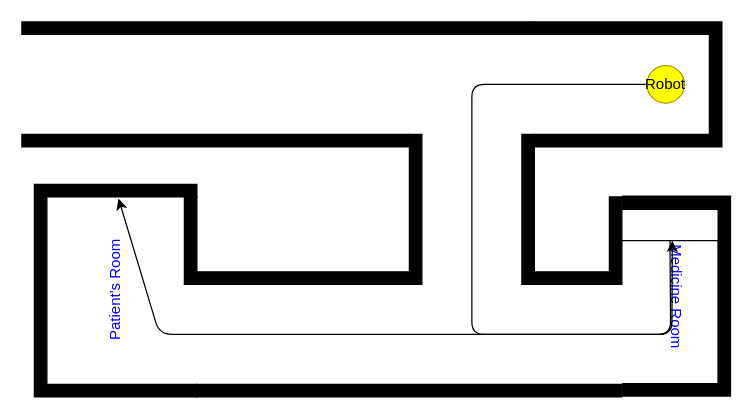
The draw.io diagram simulator/resources/map/hospital_scenario.drawio in lesunb/HMRSsim, before the edit. Source tidied: cells renumbered, new cells numbered last; positions are measured from the earlier drawing's top-left corner, leaving out a move shared by most shapes. Both pictures are drawn from the tidied source at 125%, with x=0, y=0 at pixel (9, -10).
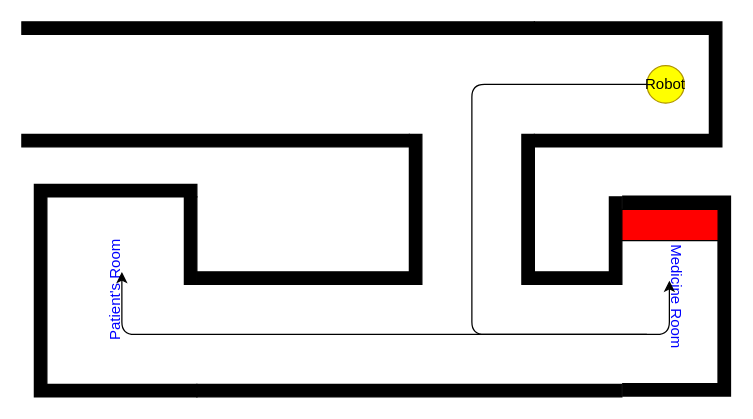
The same page after the edit.

The change refers to these unchanged cells:
```xml
<mxCell id="4" value="&lt;font color=&quot;#0000ff&quot;&gt;Patient's Room&lt;/font&gt;" style="verticalLabelPosition=middle;html=1;verticalAlign=middle;align=center;shape=mxgraph.floorplan.wallU;fillColor=#000000;rotation=-90;labelPosition=center;horizontal=1;textDirection=rtl;" parent="1" vertex="1">
  <mxGeometry y="175" width="170" height="130" as="geometry" />
</mxCell>
<mxCell id="5" value="&lt;font color=&quot;#000000&quot;&gt;Robot&lt;/font&gt;" style="ellipse;whiteSpace=wrap;html=1;strokeColor=#B09500;fontColor=#ffffff;fillColor=#FFFF00;" parent="1" vertex="1">
  <mxGeometry x="510" y="60" width="30" height="30" as="geometry" />
</mxCell>
```

Change to the diagram source:
```diff
@@
-    <mxCell id="15" style="endArrow=classic;html=1;exitX=0;exitY=0.5;exitDx=0;exitDy=0;entryX=0.524;entryY=1.005;entryDx=0;entryDy=0;entryPerimeter=0;" parent="1" edge="1" source="5" target="16">
+    <mxCell id="15" style="endArrow=classic;html=1;exitX=0;exitY=0.5;exitDx=0;exitDy=0;" parent="1" edge="1" source="5">
       <mxGeometry relative="1" as="geometry">
+        <mxPoint x="528" y="232" as="targetPoint" />
         <Array as="points">
           <mxPoint x="370" y="75" />
           <mxPoint x="370" y="275" />
-          <mxPoint x="530" y="275" />
+          <mxPoint x="528" y="275" />
         </Array>
       </mxGeometry>
     </mxCell>
-    <mxCell id="16" style="rounded=0;whiteSpace=wrap;html=1;" parent="1" vertex="1">
+    <mxCell id="16" style="rounded=0;whiteSpace=wrap;html=1;fillColor=#FF0000;" parent="1" vertex="1">
       <mxGeometry x="490" y="175" width="77" height="25" as="geometry" />
     </mxCell>
-    <mxCell id="17" style="endArrow=classic;html=1;exitX=0.5;exitY=1;exitDx=0;exitDy=0;entryX=0.933;entryY=0.518;entryDx=0;entryDy=0;entryPerimeter=0;" parent="1" edge="1" source="16" target="4">
-      <mxGeometry relative="1" as="geometry">
-        <Array as="points">
-          <mxPoint x="529" y="275" />
-          <mxPoint x="120" y="275" />
-        </Array>
-      </mxGeometry>
-    </mxCell>
+    <mxCell id="18" style="endArrow=classic;html=1;" parent="1" edge="1">
+      <mxGeometry relative="1" as="geometry">
+        <mxPoint x="510" y="275" as="sourcePoint" />
+        <mxPoint x="90" y="225" as="targetPoint" />
+        <Array as="points">
+          <mxPoint x="90" y="275" />
+        </Array>
+      </mxGeometry>
+    </mxCell>
```
